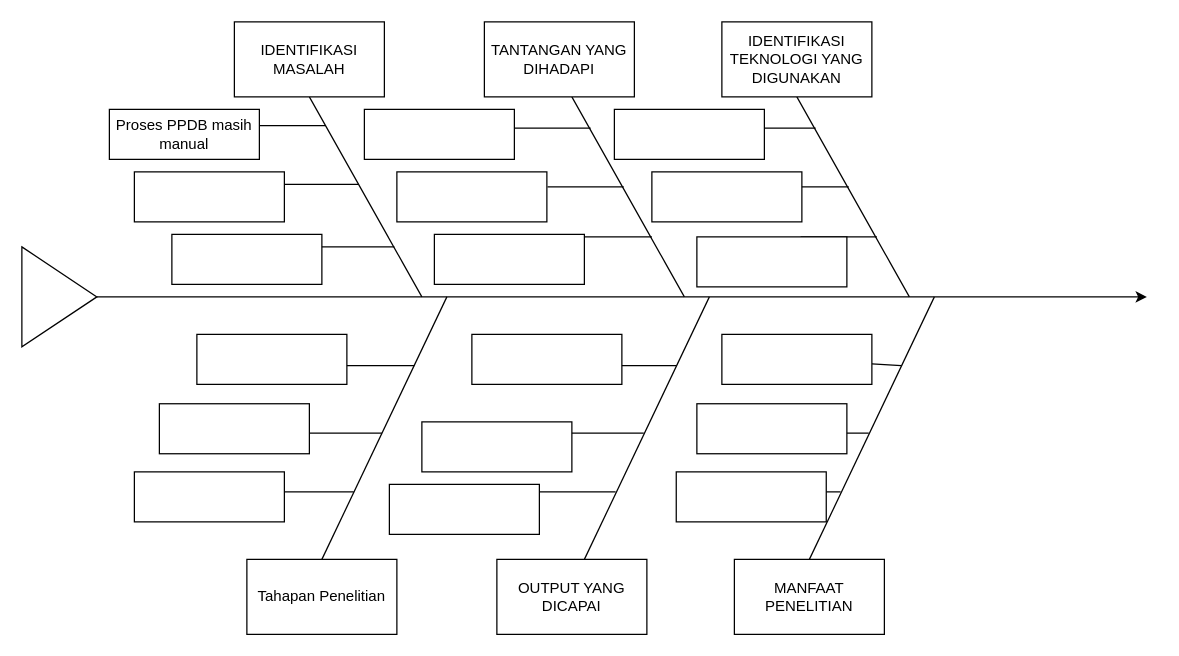
Earlier version of the draw.io diagram design/Diagram Tanpa Judul.drawio (ryotwell/draw.io). Source tidied: cells renumbered, new cells numbered last; positions are measured from the earlier drawing's top-left corner, leaving out a move shared by most shapes. Both pictures are drawn from the tidied source at 125%, with x=0, y=0 at pixel (21, 21).
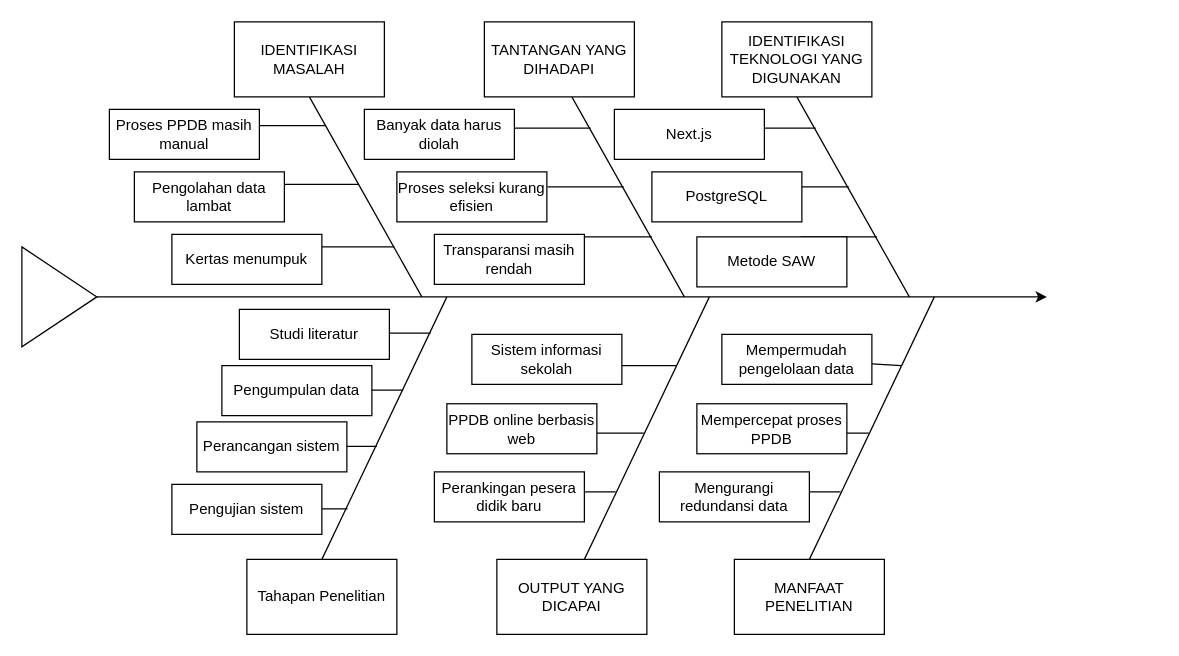
Above is the later version.

Unchanged cells that the change refers to:
```xml
<mxCell id="5" style="triangle;whiteSpace=wrap;html=1;strokeColor=light-dark(#000000,#000000);imageBackground=light-dark(#FFFFFF,#FFFFFF);" parent="1" vertex="1">
  <mxGeometry y="180" width="60" height="80" as="geometry" />
</mxCell>
```

Diff of the diagram source:
```diff
@@
+    <mxCell id="35" style="endArrow=none;html=1;rounded=0;" parent="1" edge="1">
+      <mxGeometry relative="1" as="geometry">
+        <mxPoint x="266" y="249" as="sourcePoint" />
+        <mxPoint x="327" y="249" as="targetPoint" />
+      </mxGeometry>
+    </mxCell>
+    <mxCell id="36" style="endArrow=none;html=1;rounded=0;" parent="1" edge="1">
+      <mxGeometry relative="1" as="geometry">
+        <mxPoint x="244" y="294.5" as="sourcePoint" />
+        <mxPoint x="305" y="294.5" as="targetPoint" />
+      </mxGeometry>
+    </mxCell>
+    <mxCell id="37" style="endArrow=none;html=1;rounded=0;" parent="1" edge="1">
+      <mxGeometry relative="1" as="geometry">
+        <mxPoint x="223" y="339.5" as="sourcePoint" />
+        <mxPoint x="284" y="339.5" as="targetPoint" />
+      </mxGeometry>
+    </mxCell>
+    <mxCell id="55" style="endArrow=none;html=1;rounded=0;" parent="1" edge="1" source="57">
+      <mxGeometry relative="1" as="geometry">
+        <mxPoint x="260.5" y="389.5" as="targetPoint" />
+      </mxGeometry>
+    </mxCell>
@@
-    <mxCell id="3" style="rounded=0;whiteSpace=wrap;html=1;" parent="1" vertex="1">
-      <mxGeometry x="523.5" y="360" width="120" height="40" as="geometry" />
+    <mxCell id="3" value="Mengurangi redundansi data" style="rounded=0;whiteSpace=wrap;html=1;" parent="1" vertex="1">
+      <mxGeometry x="510" y="360" width="120" height="40" as="geometry" />
     </mxCell>
     <mxCell id="4" style="edgeStyle=orthogonalEdgeStyle;rounded=0;jettySize=auto;html=1;strokeColor=light-dark(#000000,#000000);imageBackground=light-dark(#FFFFFF,#FFFFFF);" parent="1" edge="1" source="5">
       <mxGeometry relative="1" as="geometry">
-        <mxPoint x="900" y="220" as="targetPoint" />
+        <mxPoint x="820" y="220" as="targetPoint" />
       </mxGeometry>
     </mxCell>
@@
-    <mxCell id="28" style="group;" parent="1" vertex="1">
-      <mxGeometry x="414" y="275" width="109.5" height="101" as="geometry" />
-    </mxCell>
-    <mxCell id="29" style="endArrow=none;html=1;rounded=0;" parent="28" edge="1">
-      <mxGeometry relative="1" as="geometry">
-        <mxPoint x="48.5" as="sourcePoint" />
-        <mxPoint x="109.5" as="targetPoint" />
-      </mxGeometry>
-    </mxCell>
-    <mxCell id="30" style="endArrow=none;html=1;rounded=0;" parent="28" edge="1">
-      <mxGeometry relative="1" as="geometry">
-        <mxPoint x="22.5" y="54" as="sourcePoint" />
-        <mxPoint x="83.5" y="54" as="targetPoint" />
-      </mxGeometry>
-    </mxCell>
-    <mxCell id="31" style="endArrow=none;html=1;rounded=0;" parent="28" edge="1">
-      <mxGeometry relative="1" as="geometry">
-        <mxPoint y="101" as="sourcePoint" />
-        <mxPoint x="61" y="101" as="targetPoint" />
-      </mxGeometry>
-    </mxCell>
-    <mxCell id="32" style="rounded=0;whiteSpace=wrap;html=1;" parent="28" vertex="1">
-      <mxGeometry x="-94" y="45" width="120" height="40" as="geometry" />
-    </mxCell>
-    <mxCell id="33" style="rounded=0;whiteSpace=wrap;html=1;" parent="28" vertex="1">
-      <mxGeometry x="-54" y="-25" width="120" height="40" as="geometry" />
-    </mxCell>
-    <mxCell id="34" style="group;" parent="1" vertex="1">
-      <mxGeometry x="204.5" y="275" width="109.5" height="101" as="geometry" />
-    </mxCell>
-    <mxCell id="35" style="endArrow=none;html=1;rounded=0;" parent="34" edge="1">
-      <mxGeometry relative="1" as="geometry">
-        <mxPoint x="48.5" as="sourcePoint" />
-        <mxPoint x="109.5" as="targetPoint" />
-      </mxGeometry>
-    </mxCell>
-    <mxCell id="36" style="endArrow=none;html=1;rounded=0;" parent="34" edge="1">
-      <mxGeometry relative="1" as="geometry">
-        <mxPoint x="22.5" y="54" as="sourcePoint" />
-        <mxPoint x="83.5" y="54" as="targetPoint" />
-      </mxGeometry>
-    </mxCell>
-    <mxCell id="37" style="endArrow=none;html=1;rounded=0;" parent="34" edge="1">
-      <mxGeometry relative="1" as="geometry">
-        <mxPoint y="101" as="sourcePoint" />
-        <mxPoint x="61" y="101" as="targetPoint" />
-      </mxGeometry>
-    </mxCell>
@@
-    <mxCell id="39" style="rounded=0;whiteSpace=wrap;html=1;" parent="1" vertex="1">
+    <mxCell id="39" value="Pengolahan data lambat" style="rounded=0;whiteSpace=wrap;html=1;" parent="1" vertex="1">
       <mxGeometry x="90" y="120" width="120" height="40" as="geometry" />
     </mxCell>
-    <mxCell id="40" style="rounded=0;whiteSpace=wrap;html=1;" parent="1" vertex="1">
+    <mxCell id="40" value="Kertas menumpuk" style="rounded=0;whiteSpace=wrap;html=1;" parent="1" vertex="1">
       <mxGeometry x="120" y="170" width="120" height="40" as="geometry" />
     </mxCell>
-    <mxCell id="41" style="rounded=0;whiteSpace=wrap;html=1;" parent="1" vertex="1">
+    <mxCell id="41" value="Proses seleksi kurang efisien" style="rounded=0;whiteSpace=wrap;html=1;" parent="1" vertex="1">
       <mxGeometry x="300" y="120" width="120" height="40" as="geometry" />
     </mxCell>
-    <mxCell id="42" style="rounded=0;whiteSpace=wrap;html=1;" parent="1" vertex="1">
+    <mxCell id="42" value="Transparansi masih rendah" style="rounded=0;whiteSpace=wrap;html=1;" parent="1" vertex="1">
       <mxGeometry x="330" y="170" width="120" height="40" as="geometry" />
     </mxCell>
-    <mxCell id="43" style="rounded=0;whiteSpace=wrap;html=1;" parent="1" vertex="1">
+    <mxCell id="43" value="Banyak data harus diolah" style="rounded=0;whiteSpace=wrap;html=1;" parent="1" vertex="1">
       <mxGeometry x="274" y="70" width="120" height="40" as="geometry" />
     </mxCell>
-    <mxCell id="44" style="rounded=0;whiteSpace=wrap;html=1;" parent="1" vertex="1">
+    <mxCell id="44" value="Next.js" style="rounded=0;whiteSpace=wrap;html=1;" parent="1" vertex="1">
       <mxGeometry x="474" y="70" width="120" height="40" as="geometry" />
     </mxCell>
-    <mxCell id="45" style="rounded=0;whiteSpace=wrap;html=1;" parent="1" vertex="1">
+    <mxCell id="45" value="Metode SAW" style="rounded=0;whiteSpace=wrap;html=1;" parent="1" vertex="1">
       <mxGeometry x="540" y="172" width="120" height="40" as="geometry" />
     </mxCell>
-    <mxCell id="46" style="rounded=0;whiteSpace=wrap;html=1;" parent="1" vertex="1">
+    <mxCell id="46" value="PostgreSQL" style="rounded=0;whiteSpace=wrap;html=1;" parent="1" vertex="1">
       <mxGeometry x="504" y="120" width="120" height="40" as="geometry" />
     </mxCell>
-    <mxCell id="47" style="rounded=0;whiteSpace=wrap;html=1;" parent="1" vertex="1">
-      <mxGeometry x="90" y="360" width="120" height="40" as="geometry" />
+    <mxCell id="47" value="Perancangan sistem" style="rounded=0;whiteSpace=wrap;html=1;" parent="1" vertex="1">
+      <mxGeometry x="140" y="320" width="120" height="40" as="geometry" />
     </mxCell>
-    <mxCell id="48" style="rounded=0;whiteSpace=wrap;html=1;" parent="1" vertex="1">
-      <mxGeometry x="110" y="305.5" width="120" height="40" as="geometry" />
+    <mxCell id="48" value="Pengumpulan data" style="rounded=0;whiteSpace=wrap;html=1;" parent="1" vertex="1">
+      <mxGeometry x="160" y="275" width="120" height="40" as="geometry" />
     </mxCell>
-    <mxCell id="49" style="rounded=0;whiteSpace=wrap;html=1;" parent="1" vertex="1">
-      <mxGeometry x="140" y="250" width="120" height="40" as="geometry" />
+    <mxCell id="49" value="Studi literatur" style="rounded=0;whiteSpace=wrap;html=1;" parent="1" vertex="1">
+      <mxGeometry x="174" y="230" width="120" height="40" as="geometry" />
     </mxCell>
-    <mxCell id="50" style="rounded=0;whiteSpace=wrap;html=1;" parent="1" vertex="1">
-      <mxGeometry x="294" y="370" width="120" height="40" as="geometry" />
-    </mxCell>
@@
-    <mxCell id="53" style="rounded=0;whiteSpace=wrap;html=1;" parent="1" vertex="1">
+    <mxCell id="53" value="Mempercepat proses PPDB" style="rounded=0;whiteSpace=wrap;html=1;" parent="1" vertex="1">
       <mxGeometry x="540" y="305.5" width="120" height="40" as="geometry" />
     </mxCell>
-    <mxCell id="54" style="rounded=0;whiteSpace=wrap;html=1;" parent="1" vertex="1">
+    <mxCell id="54" value="Mempermudah pengelolaan data" style="rounded=0;whiteSpace=wrap;html=1;" parent="1" vertex="1">
       <mxGeometry x="560" y="250" width="120" height="40" as="geometry" />
     </mxCell>
+    <mxCell id="56" style="endArrow=none;html=1;rounded=0;" parent="1" edge="1" target="57">
+      <mxGeometry relative="1" as="geometry">
+        <mxPoint x="199.5" y="389.5" as="sourcePoint" />
+      </mxGeometry>
+    </mxCell>
+    <mxCell id="57" value="Pengujian sistem" style="rounded=0;whiteSpace=wrap;html=1;" parent="1" vertex="1">
+      <mxGeometry x="120" y="370" width="120" height="40" as="geometry" />
+    </mxCell>
+    <mxCell id="29" style="endArrow=none;html=1;rounded=0;" parent="1" edge="1">
+      <mxGeometry relative="1" as="geometry">
+        <mxPoint x="462.5" y="275" as="sourcePoint" />
+        <mxPoint x="523.5" y="275" as="targetPoint" />
+      </mxGeometry>
+    </mxCell>
+    <mxCell id="30" style="endArrow=none;html=1;rounded=0;" parent="1" edge="1">
+      <mxGeometry relative="1" as="geometry">
+        <mxPoint x="436.5" y="329" as="sourcePoint" />
+        <mxPoint x="497.5" y="329" as="targetPoint" />
+      </mxGeometry>
+    </mxCell>
+    <mxCell id="31" style="endArrow=none;html=1;rounded=0;" parent="1" edge="1">
+      <mxGeometry relative="1" as="geometry">
+        <mxPoint x="414" y="376" as="sourcePoint" />
+        <mxPoint x="475" y="376" as="targetPoint" />
+      </mxGeometry>
+    </mxCell>
+    <mxCell id="32" value="PPDB online berbasis web" style="rounded=0;whiteSpace=wrap;html=1;" parent="1" vertex="1">
+      <mxGeometry x="340" y="305.5" width="120" height="40" as="geometry" />
+    </mxCell>
+    <mxCell id="33" value="Sistem informasi sekolah" style="rounded=0;whiteSpace=wrap;html=1;" parent="1" vertex="1">
+      <mxGeometry x="360" y="250" width="120" height="40" as="geometry" />
+    </mxCell>
+    <mxCell id="50" value="Perankingan pesera didik baru" style="rounded=0;whiteSpace=wrap;html=1;" parent="1" vertex="1">
+      <mxGeometry x="330" y="360" width="120" height="40" as="geometry" />
+    </mxCell>
```
